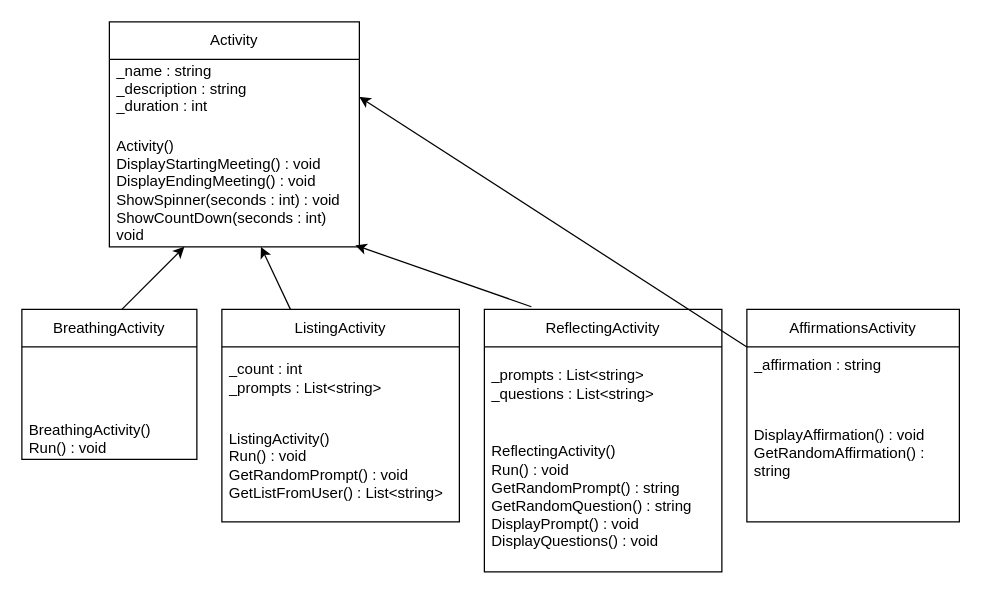
The draw.io diagram week05/Mindfulness/Activity.drawio in DJMcMahon31/CSE210-projects, before the edit. Source tidied: cells renumbered, new cells numbered last; positions are measured from the earlier drawing's top-left corner, leaving out a move shared by most shapes. Both pictures are drawn from the tidied source at 125%, with x=0, y=0 at pixel (21, 21).
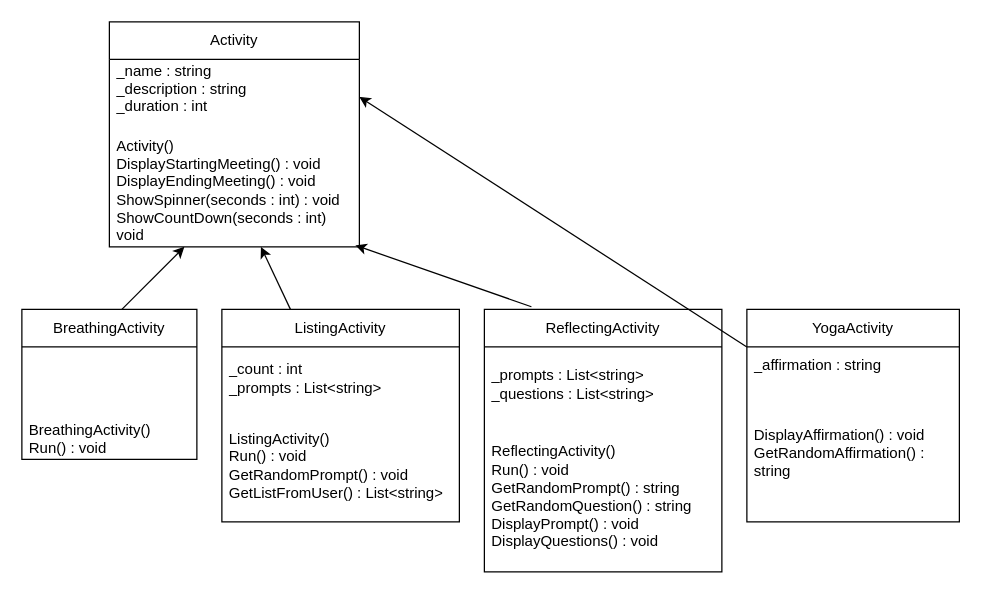
Above is the later version.

Commit message (it also covers changes not shown here):
changed 4th derived class name

Diff of the diagram source:
```diff
@@
-    <mxCell id="15" value="AffirmationsActivity" style="swimlane;fontStyle=0;horizontal=1;startSize=30;whiteSpace=wrap;html=1;" parent="1" vertex="1">
+    <mxCell id="15" value="YogaActivity" style="swimlane;fontStyle=0;horizontal=1;startSize=30;whiteSpace=wrap;html=1;" parent="1" vertex="1">
       <mxGeometry x="580" y="230" width="170" height="170" as="geometry" />
     </mxCell>
```
